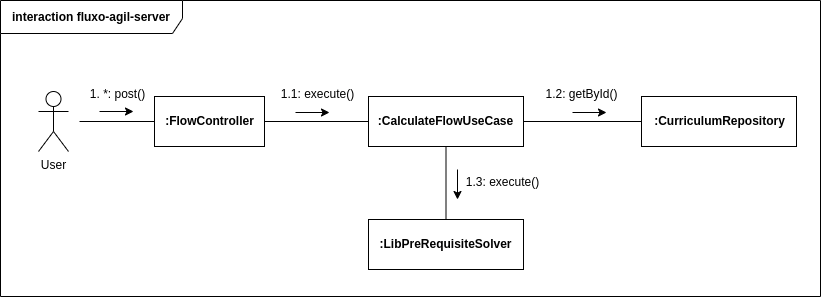
Above: docs/images/modelagem/diagramas-dinamicos-comunicacao.png in UnBArqDsw2022-1/2022.1_G4_FluxoAgil (draw.io), before the change. Source tidied: cells renumbered, new cells last; positions are measured from the earlier drawing's top-left corner, leaving out a move shared by most shapes.
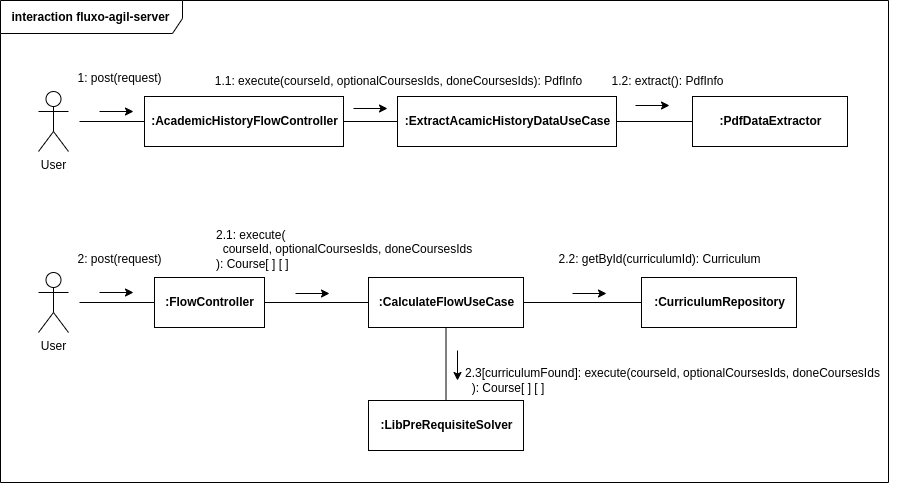
After the change.

Commit message:
fix: adiciona mais detalhes no diagrama de comunicação

What changed in the source:
```diff
@@ -3,7 +3,7 @@
     <mxCell id="0" />
     <mxCell id="1" parent="0" />
     <mxCell id="2" value="&lt;b&gt;interaction fluxo-agil-server&lt;/b&gt;" style="shape=umlFrame;whiteSpace=wrap;html=1;fillColor=none;width=182;height=33;" parent="1" vertex="1">
-      <mxGeometry width="820" height="296" as="geometry" />
+      <mxGeometry y="-181" width="888" height="482" as="geometry" />
     </mxCell>
     <mxCell id="3" value="&lt;b&gt;:FlowController&lt;/b&gt;" style="html=1;fillColor=none;" parent="1" vertex="1">
       <mxGeometry x="154" y="96" width="110" height="50" as="geometry" />
@@ -14,61 +14,111 @@
     <mxCell id="5" value="&lt;b&gt;:CalculateFlowUseCase&lt;/b&gt;" style="html=1;fillColor=none;" parent="1" vertex="1">
       <mxGeometry x="368" y="96" width="155" height="50" as="geometry" />
     </mxCell>
-    <mxCell id="6" value="User" style="shape=umlActor;verticalLabelPosition=bottom;verticalAlign=top;html=1;fillColor=none;" parent="1" vertex="1">
-      <mxGeometry x="38" y="91" width="30" height="60" as="geometry" />
-    </mxCell>
-    <mxCell id="7" style="endArrow=none;html=1;rounded=0;entryX=0;entryY=0.5;entryDx=0;entryDy=0;" parent="1" edge="1" target="3">
-      <mxGeometry relative="1" as="geometry">
-        <mxPoint x="79" y="121" as="sourcePoint" />
-      </mxGeometry>
-    </mxCell>
-    <mxCell id="8" value="1. *: post()" style="text;html=1;align=center;verticalAlign=middle;strokeColor=none;fillColor=none;" parent="1" vertex="1">
-      <mxGeometry x="80" y="81" width="73" height="26" as="geometry" />
-    </mxCell>
-    <mxCell id="9" style="endArrow=classic;html=1;rounded=0;" parent="1" edge="1">
-      <mxGeometry relative="1" as="geometry">
-        <mxPoint x="99" y="111" as="sourcePoint" />
-        <mxPoint x="133" y="111" as="targetPoint" />
-      </mxGeometry>
-    </mxCell>
-    <mxCell id="10" value="1.1: execute()" style="text;html=1;align=center;verticalAlign=middle;strokeColor=none;fillColor=none;" parent="1" vertex="1">
-      <mxGeometry x="271" y="81" width="91" height="26" as="geometry" />
-    </mxCell>
+    <mxCell id="20" value="User" style="shape=umlActor;verticalLabelPosition=bottom;verticalAlign=top;html=1;fillColor=none;" parent="1" vertex="1">
+      <mxGeometry x="38" y="91" width="30" height="60" as="geometry" />
+    </mxCell>
+    <mxCell id="21" style="endArrow=none;html=1;rounded=0;entryX=0;entryY=0.5;entryDx=0;entryDy=0;" parent="1" edge="1" target="3">
+      <mxGeometry relative="1" as="geometry">
+        <mxPoint x="79" y="121" as="sourcePoint" />
+      </mxGeometry>
+    </mxCell>
+    <mxCell id="22" value="2: post(request)" style="text;html=1;align=center;verticalAlign=middle;strokeColor=none;fillColor=none;" parent="1" vertex="1">
+      <mxGeometry x="68" y="65" width="102" height="26" as="geometry" />
+    </mxCell>
+    <mxCell id="23" style="endArrow=classic;html=1;rounded=0;" parent="1" edge="1">
+      <mxGeometry relative="1" as="geometry">
+        <mxPoint x="99" y="111" as="sourcePoint" />
+        <mxPoint x="133" y="111" as="targetPoint" />
+      </mxGeometry>
+    </mxCell>
+    <mxCell id="24" value="2.1: execute(&lt;br&gt;&lt;span style=&quot;&quot;&gt;&amp;nbsp; courseId, optionalCoursesIds, doneCoursesIds&lt;br&gt;): Course[ ] [ ]&lt;/span&gt;" style="text;html=1;align=left;verticalAlign=middle;strokeColor=none;fillColor=none;" parent="1" vertex="1">
+      <mxGeometry x="214" y="40" width="274" height="55" as="geometry" />
+    </mxCell>
     <mxCell id="11" style="endArrow=none;html=1;rounded=0;entryX=0;entryY=0.5;entryDx=0;entryDy=0;exitX=1;exitY=0.5;exitDx=0;exitDy=0;" parent="1" edge="1" source="3" target="5">
       <mxGeometry relative="1" as="geometry" />
     </mxCell>
-    <mxCell id="12" style="endArrow=classic;html=1;rounded=0;" parent="1" edge="1">
-      <mxGeometry relative="1" as="geometry">
-        <mxPoint x="295" y="112" as="sourcePoint" />
-        <mxPoint x="329" y="112" as="targetPoint" />
-      </mxGeometry>
-    </mxCell>
+    <mxCell id="25" style="endArrow=classic;html=1;rounded=0;" parent="1" edge="1">
+      <mxGeometry relative="1" as="geometry">
+        <mxPoint x="295" y="112" as="sourcePoint" />
+        <mxPoint x="329" y="112" as="targetPoint" />
+      </mxGeometry>
+    </mxCell>
     <mxCell id="13" value="&lt;b&gt;:LibPreRequisiteSolver&lt;/b&gt;" style="html=1;fillColor=none;" parent="1" vertex="1">
       <mxGeometry x="368" y="219" width="155" height="50" as="geometry" />
     </mxCell>
-    <mxCell id="14" value="1.3: execute()" style="text;html=1;align=center;verticalAlign=middle;strokeColor=none;fillColor=none;" parent="1" vertex="1">
-      <mxGeometry x="456" y="169" width="91" height="26" as="geometry" />
-    </mxCell>
-    <mxCell id="15" style="endArrow=classic;html=1;rounded=0;" parent="1" edge="1">
-      <mxGeometry relative="1" as="geometry">
-        <mxPoint x="457" y="169" as="sourcePoint" />
-        <mxPoint x="457" y="199" as="targetPoint" />
-      </mxGeometry>
-    </mxCell>
+    <mxCell id="26" value="2.3[curriculumFound]: execute(&lt;span style=&quot;&quot;&gt;courseId, optionalCoursesIds, doneCoursesIds&lt;br&gt;&amp;nbsp; ):&amp;nbsp;&lt;/span&gt;Course[ ] [ ]" style="text;html=1;align=left;verticalAlign=middle;strokeColor=none;fillColor=none;" parent="1" vertex="1">
+      <mxGeometry x="463" y="178" width="433" height="41" as="geometry" />
+    </mxCell>
+    <mxCell id="27" style="endArrow=classic;html=1;rounded=0;" parent="1" edge="1">
+      <mxGeometry relative="1" as="geometry">
+        <mxPoint x="457" y="169" as="sourcePoint" />
+        <mxPoint x="457" y="199" as="targetPoint" />
+      </mxGeometry>
+    </mxCell>
     <mxCell id="16" value="&lt;b&gt;:CurriculumRepository&lt;/b&gt;" style="html=1;fillColor=none;" parent="1" vertex="1">
       <mxGeometry x="641" y="96" width="155" height="50" as="geometry" />
     </mxCell>
     <mxCell id="17" style="endArrow=none;html=1;rounded=0;entryX=0;entryY=0.5;entryDx=0;entryDy=0;exitX=1;exitY=0.5;exitDx=0;exitDy=0;" parent="1" edge="1" source="5" target="16">
       <mxGeometry relative="1" as="geometry" />
     </mxCell>
-    <mxCell id="18" value="1.2: getById()" style="text;html=1;align=center;verticalAlign=middle;strokeColor=none;fillColor=none;" parent="1" vertex="1">
-      <mxGeometry x="536" y="81" width="90" height="26" as="geometry" />
-    </mxCell>
-    <mxCell id="19" style="endArrow=classic;html=1;rounded=0;" parent="1" edge="1">
-      <mxGeometry relative="1" as="geometry">
-        <mxPoint x="572" y="112" as="sourcePoint" />
-        <mxPoint x="606" y="112" as="targetPoint" />
-      </mxGeometry>
-    </mxCell>
+    <mxCell id="28" value="2.2: getById(curriculumId): Curriculum" style="text;html=1;align=center;verticalAlign=middle;strokeColor=none;fillColor=none;" parent="1" vertex="1">
+      <mxGeometry x="549" y="65" width="220" height="26" as="geometry" />
+    </mxCell>
+    <mxCell id="29" style="endArrow=classic;html=1;rounded=0;" parent="1" edge="1">
+      <mxGeometry relative="1" as="geometry">
+        <mxPoint x="572" y="112" as="sourcePoint" />
+        <mxPoint x="606" y="112" as="targetPoint" />
+      </mxGeometry>
+    </mxCell>
+    <mxCell id="30" value="&lt;b&gt;:AcademicHistoryFlowController&lt;/b&gt;" style="html=1;fillColor=none;" parent="1" vertex="1">
+      <mxGeometry x="144" y="-85" width="199" height="50" as="geometry" />
+    </mxCell>
+    <mxCell id="31" value="&lt;b&gt;:&lt;/b&gt;&lt;span style=&quot;font-weight: 700;&quot;&gt;ExtractAcamicHistoryDataUseCase&lt;/span&gt;" style="html=1;fillColor=none;" parent="1" vertex="1">
+      <mxGeometry x="397" y="-85" width="219" height="50" as="geometry" />
+    </mxCell>
+    <mxCell id="32" value="User" style="shape=umlActor;verticalLabelPosition=bottom;verticalAlign=top;html=1;fillColor=none;" parent="1" vertex="1">
+      <mxGeometry x="38" y="-90" width="30" height="60" as="geometry" />
+    </mxCell>
+    <mxCell id="33" style="endArrow=none;html=1;rounded=0;entryX=0;entryY=0.5;entryDx=0;entryDy=0;" parent="1" edge="1" target="30">
+      <mxGeometry relative="1" as="geometry">
+        <mxPoint x="79" y="-60" as="sourcePoint" />
+      </mxGeometry>
+    </mxCell>
+    <mxCell id="34" value="1: post(request)" style="text;html=1;align=center;verticalAlign=middle;strokeColor=none;fillColor=none;" parent="1" vertex="1">
+      <mxGeometry x="68" y="-116" width="102" height="26" as="geometry" />
+    </mxCell>
+    <mxCell id="35" style="endArrow=classic;html=1;rounded=0;" parent="1" edge="1">
+      <mxGeometry relative="1" as="geometry">
+        <mxPoint x="99" y="-70" as="sourcePoint" />
+        <mxPoint x="133" y="-70" as="targetPoint" />
+      </mxGeometry>
+    </mxCell>
+    <mxCell id="36" value="1.1: execute(&lt;span style=&quot;text-align: left;&quot;&gt;courseId, optionalCoursesIds, doneCoursesIds): PdfInfo&lt;/span&gt;" style="text;html=1;align=center;verticalAlign=middle;strokeColor=none;fillColor=none;" parent="1" vertex="1">
+      <mxGeometry x="205" y="-113" width="386" height="26" as="geometry" />
+    </mxCell>
+    <mxCell id="37" style="endArrow=none;html=1;rounded=0;entryX=0;entryY=0.5;entryDx=0;entryDy=0;exitX=1;exitY=0.5;exitDx=0;exitDy=0;" parent="1" edge="1" source="30" target="31">
+      <mxGeometry relative="1" as="geometry" />
+    </mxCell>
+    <mxCell id="38" style="endArrow=classic;html=1;rounded=0;" parent="1" edge="1">
+      <mxGeometry relative="1" as="geometry">
+        <mxPoint x="353" y="-73" as="sourcePoint" />
+        <mxPoint x="387" y="-73" as="targetPoint" />
+      </mxGeometry>
+    </mxCell>
+    <mxCell id="39" value="&lt;b&gt;:&lt;/b&gt;&lt;b style=&quot;&quot;&gt;PdfDataExtractor&lt;/b&gt;" style="html=1;fillColor=none;" parent="1" vertex="1">
+      <mxGeometry x="692" y="-85" width="155" height="50" as="geometry" />
+    </mxCell>
+    <mxCell id="40" style="endArrow=none;html=1;rounded=0;entryX=0;entryY=0.5;entryDx=0;entryDy=0;exitX=1;exitY=0.5;exitDx=0;exitDy=0;" parent="1" edge="1" source="31" target="39">
+      <mxGeometry relative="1" as="geometry" />
+    </mxCell>
+    <mxCell id="41" value="1.2: extract(): PdfInfo" style="text;html=1;align=center;verticalAlign=middle;strokeColor=none;fillColor=none;" parent="1" vertex="1">
+      <mxGeometry x="602" y="-113" width="130" height="26" as="geometry" />
+    </mxCell>
+    <mxCell id="42" style="endArrow=classic;html=1;rounded=0;" parent="1" edge="1">
+      <mxGeometry relative="1" as="geometry">
+        <mxPoint x="635" y="-76" as="sourcePoint" />
+        <mxPoint x="669" y="-76" as="targetPoint" />
+      </mxGeometry>
+    </mxCell>
   </root>
 </mxGraphModel>
```
